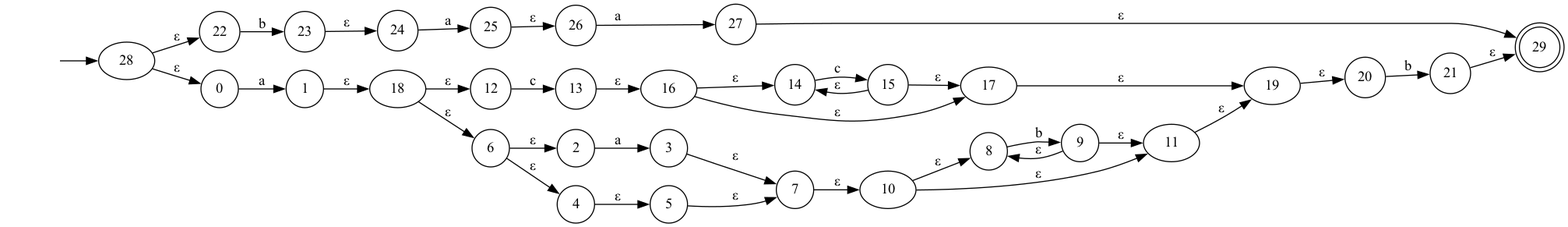
Before: NFA.gv.png, a diagram exported from Graphviz (oscarparedez/compiler-project-1). Its source is kept beside it as NFA.gv.
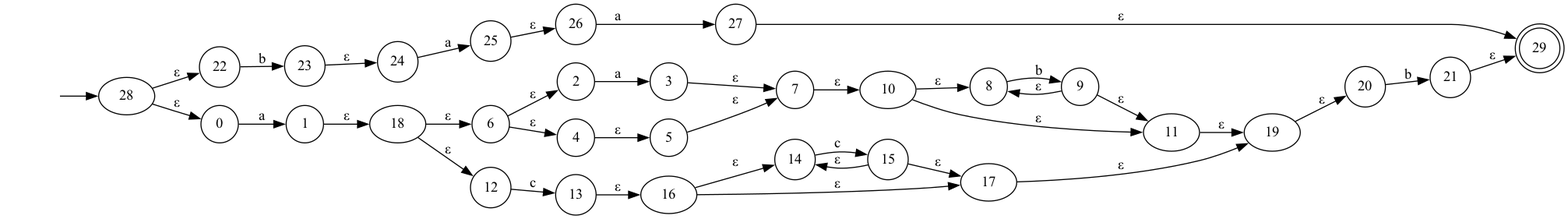
After the change.

Change to the diagram source:
```diff
@@ -2,31 +2,31 @@
 	graph [rankdir=LR]
 	"" [label="" shape=plaintext]
 	29 [label=29 shape=doublecircle]
+	2 [label=2 shape=circle]
+	26 [label=26 shape=circle]
+	21 [label=21 shape=circle]
+	9 [label=9 shape=circle]
+	3 [label=3 shape=circle]
+	13 [label=13 shape=circle]
+	22 [label=22 shape=circle]
 	20 [label=20 shape=circle]
+	14 [label=14 shape=circle]
+	6 [label=6 shape=circle]
+	12 [label=12 shape=circle]
+	4 [label=4 shape=circle]
+	25 [label=25 shape=circle]
+	24 [label=24 shape=circle]
+	0 [label=0 shape=circle]
 	8 [label=8 shape=circle]
-	25 [label=25 shape=circle]
-	21 [label=21 shape=circle]
+	15 [label=15 shape=circle]
+	23 [label=23 shape=circle]
+	1 [label=1 shape=circle]
+	5 [label=5 shape=circle]
+	7 [label=7 shape=circle]
 	27 [label=27 shape=circle]
-	12 [label=12 shape=circle]
-	15 [label=15 shape=circle]
-	9 [label=9 shape=circle]
-	6 [label=6 shape=circle]
-	24 [label=24 shape=circle]
-	14 [label=14 shape=circle]
-	7 [label=7 shape=circle]
-	2 [label=2 shape=circle]
-	13 [label=13 shape=circle]
-	5 [label=5 shape=circle]
-	3 [label=3 shape=circle]
-	1 [label=1 shape=circle]
-	23 [label=23 shape=circle]
-	4 [label=4 shape=circle]
-	22 [label=22 shape=circle]
-	0 [label=0 shape=circle]
-	26 [label=26 shape=circle]
 	"" -> 28 [label=""]
+	28 -> 0 [label="ε"]
 	28 -> 22 [label="ε"]
-	28 -> 0 [label="ε"]
 	21 -> 29 [label="ε"]
 	27 -> 29 [label="ε"]
 	19 -> 20 [label="ε"]
@@ -37,8 +37,8 @@
 	11 -> 19 [label="ε"]
 	17 -> 19 [label="ε"]
 	7 -> 10 [label="ε"]
+	6 -> 4 [label="ε"]
 	6 -> 2 [label="ε"]
-	6 -> 4 [label="ε"]
 	3 -> 7 [label="ε"]
 	5 -> 7 [label="ε"]
 	2 -> 3 [label=a]
@@ -50,10 +50,10 @@
 	8 -> 9 [label=b]
 	13 -> 16 [label="ε"]
 	12 -> 13 [label=c]
+	16 -> 17 [label="ε"]
 	16 -> 14 [label="ε"]
-	16 -> 17 [label="ε"]
+	15 -> 17 [label="ε"]
 	15 -> 14 [label="ε"]
-	15 -> 17 [label="ε"]
 	14 -> 15 [label=c]
 	20 -> 21 [label=b]
 	25 -> 26 [label="ε"]
```
